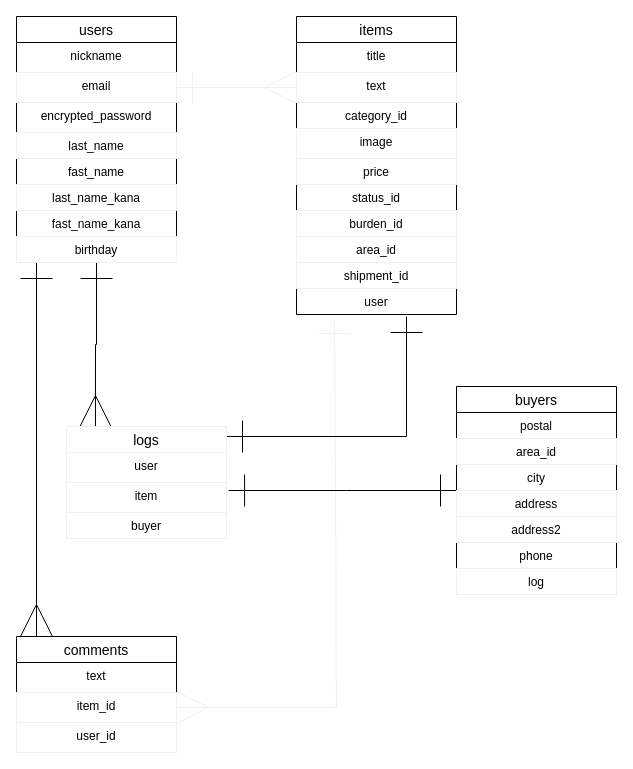
This is furima.dio from tk-i/furima-33847, a draw.io file, before an edit. Source tidied: cells renumbered, new cells numbered last; positions are measured from the earlier drawing's top-left corner, leaving out a move shared by most shapes. Both pictures are drawn from the tidied source at 100%, with x=0, y=0 at pixel (16, 16).
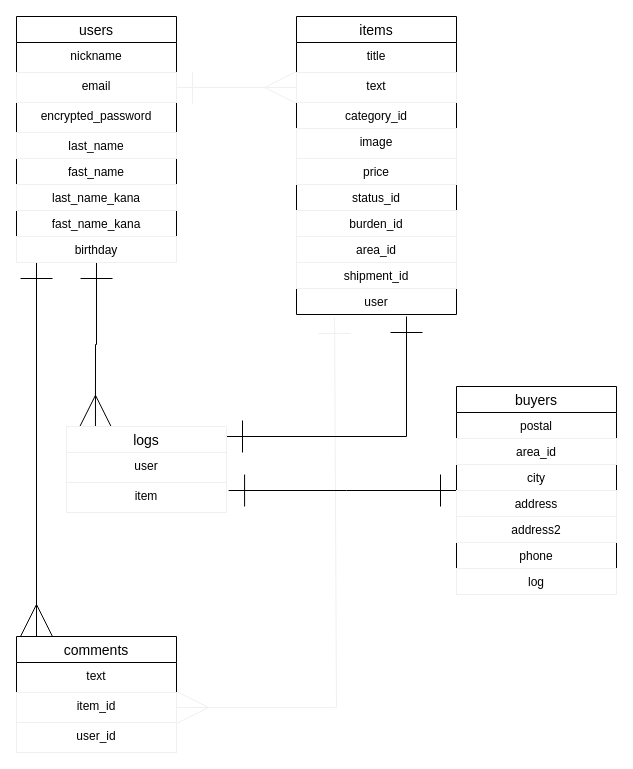
Above is the later version.

What changed in the source:
```diff
@@
     <mxCell id="40" value="logs" style="swimlane;fontStyle=0;horizontal=1;startSize=26;align=center;fontSize=14;strokeColor=#f0f0f0;" parent="1" vertex="1">
-      <mxGeometry x="50" y="410" width="160" height="112" as="geometry" />
+      <mxGeometry x="50" y="410" width="160" height="86" as="geometry" />
     </mxCell>
@@
-    <mxCell id="43" value="buyer" style="text;strokeColor=none;fillColor=none;align=center;verticalAlign=top;spacingLeft=4;spacingRight=4;overflow=hidden;" parent="40" vertex="1">
-      <mxGeometry y="86" width="160" height="26" as="geometry" />
-    </mxCell>
```
